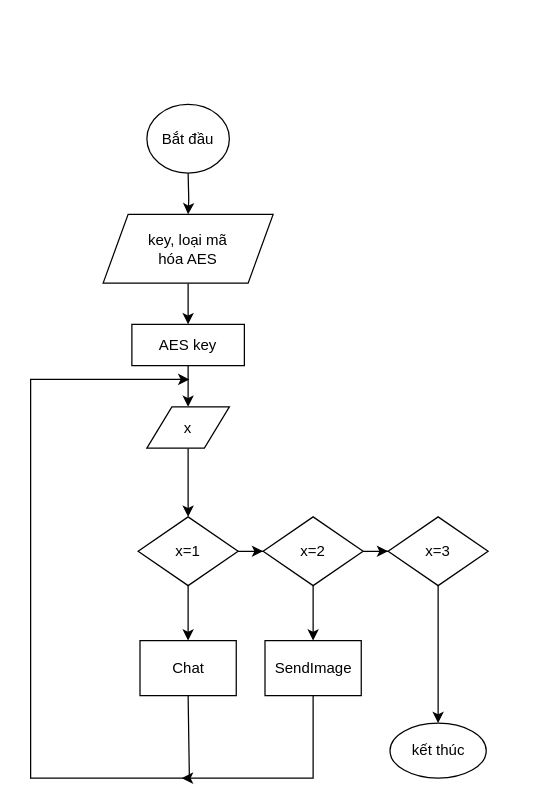
Earlier version of the draw.io diagram menu_server.drawio (duy1009/abc). Source tidied: cells renumbered, new cells numbered last; positions are measured from the earlier drawing's top-left corner, leaving out a move shared by most shapes. Both pictures are drawn from the tidied source at 125%, with x=0, y=0 at pixel (30, 104).
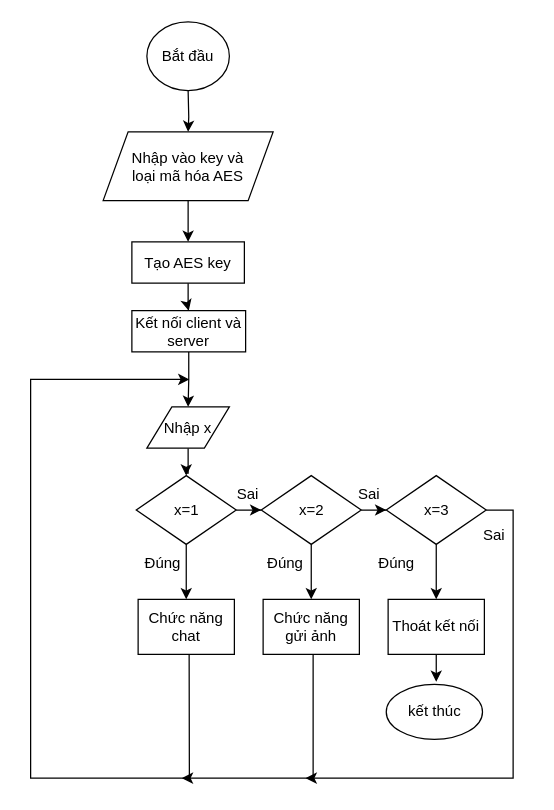
Above is the later version.

Change to the diagram source:
```diff
@@
     <mxCell id="2" style="edgeStyle=orthogonalEdgeStyle;rounded=0;jettySize=auto;html=1;" parent="1" edge="1" target="5">
       <mxGeometry relative="1" as="geometry">
-        <mxPoint x="126" y="55" as="sourcePoint" />
+        <mxPoint x="126" y="-11" as="sourcePoint" />
       </mxGeometry>
     </mxCell>
     <mxCell id="3" value="Bắt đầu" style="ellipse;whiteSpace=wrap;html=1;" parent="1" vertex="1">
-      <mxGeometry x="93" width="66" height="55" as="geometry" />
+      <mxGeometry x="93" y="-66" width="66" height="55" as="geometry" />
     </mxCell>
@@
-    <mxCell id="5" value="key, loại mã &lt;br&gt;hóa AES" style="shape=parallelogram;perimeter=parallelogramPerimeter;whiteSpace=wrap;html=1;fixedSize=1;" parent="1" vertex="1">
-      <mxGeometry x="58" y="88" width="136" height="55" as="geometry" />
+    <mxCell id="5" value="Nhập vào key và &lt;br&gt;loại mã hóa AES" style="shape=parallelogram;perimeter=parallelogramPerimeter;whiteSpace=wrap;html=1;fixedSize=1;" parent="1" vertex="1">
+      <mxGeometry x="58" y="22" width="136" height="55" as="geometry" />
     </mxCell>
-    <mxCell id="6" style="edgeStyle=orthogonalEdgeStyle;rounded=0;jettySize=auto;html=1;" parent="1" edge="1" source="7" target="12">
-      <mxGeometry relative="1" as="geometry" />
-    </mxCell>
+    <mxCell id="23" style="edgeStyle=orthogonalEdgeStyle;rounded=0;jettySize=auto;html=1;" parent="1" edge="1" source="7" target="33">
+      <mxGeometry relative="1" as="geometry" />
+    </mxCell>
-    <mxCell id="7" value="AES key" style="rounded=0;whiteSpace=wrap;html=1;" parent="1" vertex="1">
-      <mxGeometry x="81" y="176" width="90" height="33" as="geometry" />
+    <mxCell id="7" value="Tạo AES key" style="rounded=0;whiteSpace=wrap;html=1;" parent="1" vertex="1">
+      <mxGeometry x="81" y="110" width="90" height="33" as="geometry" />
     </mxCell>
@@
     <mxCell id="10" value="x=1" style="rhombus;whiteSpace=wrap;html=1;" parent="1" vertex="1">
-      <mxGeometry x="86" y="330" width="80" height="55" as="geometry" />
+      <mxGeometry x="84.5" y="297" width="80" height="55" as="geometry" />
     </mxCell>
@@
-    <mxCell id="12" value="x" style="shape=parallelogram;perimeter=parallelogramPerimeter;whiteSpace=wrap;html=1;fixedSize=1;" parent="1" vertex="1">
+    <mxCell id="12" value="Nhập x" style="shape=parallelogram;perimeter=parallelogramPerimeter;whiteSpace=wrap;html=1;fixedSize=1;" parent="1" vertex="1">
       <mxGeometry x="93" y="242" width="66" height="33" as="geometry" />
     </mxCell>
-    <mxCell id="13" value="Chat" style="rounded=0;whiteSpace=wrap;html=1;" parent="1" vertex="1">
-      <mxGeometry x="87.5" y="429" width="77" height="44" as="geometry" />
+    <mxCell id="13" value="Chức năng chat" style="rounded=0;whiteSpace=wrap;html=1;" parent="1" vertex="1">
+      <mxGeometry x="86" y="396" width="77" height="44" as="geometry" />
     </mxCell>
@@
     <mxCell id="16" value="x=2" style="rhombus;whiteSpace=wrap;html=1;" parent="1" vertex="1">
-      <mxGeometry x="186" y="330" width="80" height="55" as="geometry" />
+      <mxGeometry x="184.5" y="297" width="80" height="55" as="geometry" />
     </mxCell>
@@
-    <mxCell id="18" value="SendImage" style="rounded=0;whiteSpace=wrap;html=1;" parent="1" vertex="1">
-      <mxGeometry x="187.5" y="429" width="77" height="44" as="geometry" />
+    <mxCell id="18" value="Chức năng gửi ảnh" style="rounded=0;whiteSpace=wrap;html=1;" parent="1" vertex="1">
+      <mxGeometry x="186" y="396" width="77" height="44" as="geometry" />
     </mxCell>
-    <mxCell id="19" style="edgeStyle=orthogonalEdgeStyle;rounded=0;jettySize=auto;html=1;" parent="1" edge="1" source="20" target="22">
-      <mxGeometry relative="1" as="geometry" />
-    </mxCell>
+    <mxCell id="24" style="edgeStyle=orthogonalEdgeStyle;rounded=0;jettySize=auto;html=1;" parent="1" edge="1" source="20">
+      <mxGeometry relative="1" as="geometry">
+        <mxPoint x="220" y="539" as="targetPoint" />
+        <Array as="points">
+          <mxPoint x="386" y="358" />
+          <mxPoint x="386" y="539" />
+          <mxPoint x="365" y="539" />
+        </Array>
+      </mxGeometry>
+    </mxCell>
+    <mxCell id="25" style="edgeStyle=orthogonalEdgeStyle;rounded=0;jettySize=auto;html=1;" parent="1" edge="1" source="20" target="35">
+      <mxGeometry relative="1" as="geometry" />
+    </mxCell>
     <mxCell id="20" value="x=3" style="rhombus;whiteSpace=wrap;html=1;" parent="1" vertex="1">
-      <mxGeometry x="286" y="330" width="80" height="55" as="geometry" />
+      <mxGeometry x="284.5" y="297" width="80" height="55" as="geometry" />
     </mxCell>
-    <mxCell id="21" style="endArrow=classic;html=1;rounded=0;exitX=0.5;exitY=1;exitDx=0;exitDy=0;" parent="1" edge="1" source="13">
+    <mxCell id="21" style="endArrow=classic;html=1;rounded=0;exitX=0.53;exitY=0.997;exitDx=0;exitDy=0;exitPerimeter=0;" parent="1" edge="1" source="13">
       <mxGeometry relative="1" as="geometry">
         <mxPoint x="127" y="220" as="targetPoint" />
         <Array as="points">
           <mxPoint x="127" y="539" />
           <mxPoint y="539" />
           <mxPoint y="220" />
         </Array>
       </mxGeometry>
     </mxCell>
     <mxCell id="22" value="kết thúc" style="ellipse;whiteSpace=wrap;html=1;" parent="1" vertex="1">
-      <mxGeometry x="287.5" y="495" width="77" height="44" as="geometry" />
+      <mxGeometry x="284.5" y="464" width="77" height="44" as="geometry" />
     </mxCell>
+    <mxCell id="26" value="Đúng" style="text;html=1;strokeColor=none;fillColor=none;align=center;verticalAlign=middle;whiteSpace=wrap;rounded=0;" parent="1" vertex="1">
+      <mxGeometry x="75.5" y="352" width="60" height="30" as="geometry" />
+    </mxCell>
+    <mxCell id="27" value="Đúng" style="text;html=1;strokeColor=none;fillColor=none;align=center;verticalAlign=middle;whiteSpace=wrap;rounded=0;" parent="1" vertex="1">
+      <mxGeometry x="173.5" y="352" width="60" height="30" as="geometry" />
+    </mxCell>
+    <mxCell id="28" value="Đúng" style="text;html=1;strokeColor=none;fillColor=none;align=center;verticalAlign=middle;whiteSpace=wrap;rounded=0;" parent="1" vertex="1">
+      <mxGeometry x="263" y="352" width="60" height="30" as="geometry" />
+    </mxCell>
+    <mxCell id="29" value="Sai" style="text;html=1;strokeColor=none;fillColor=none;align=center;verticalAlign=middle;whiteSpace=wrap;rounded=0;" parent="1" vertex="1">
+      <mxGeometry x="143.5" y="297" width="60" height="30" as="geometry" />
+    </mxCell>
+    <mxCell id="30" value="Sai" style="text;html=1;strokeColor=none;fillColor=none;align=center;verticalAlign=middle;whiteSpace=wrap;rounded=0;" parent="1" vertex="1">
+      <mxGeometry x="240.5" y="297" width="60" height="30" as="geometry" />
+    </mxCell>
+    <mxCell id="31" value="Sai" style="text;html=1;strokeColor=none;fillColor=none;align=center;verticalAlign=middle;whiteSpace=wrap;rounded=0;" parent="1" vertex="1">
+      <mxGeometry x="341" y="330" width="60" height="30" as="geometry" />
+    </mxCell>
+    <mxCell id="32" style="edgeStyle=orthogonalEdgeStyle;rounded=0;jettySize=auto;html=1;" parent="1" edge="1" source="33" target="12">
+      <mxGeometry relative="1" as="geometry" />
+    </mxCell>
+    <mxCell id="33" value="Kết nối client và server" style="rounded=0;whiteSpace=wrap;html=1;" parent="1" vertex="1">
+      <mxGeometry x="81" y="165" width="91" height="33" as="geometry" />
+    </mxCell>
+    <mxCell id="34" style="edgeStyle=orthogonalEdgeStyle;rounded=0;jettySize=auto;html=1;" parent="1" edge="1" source="35">
+      <mxGeometry relative="1" as="geometry">
+        <mxPoint x="324.5" y="462" as="targetPoint" />
+      </mxGeometry>
+    </mxCell>
+    <mxCell id="35" value="Thoát kết nối" style="rounded=0;whiteSpace=wrap;html=1;" parent="1" vertex="1">
+      <mxGeometry x="286" y="396" width="77" height="44" as="geometry" />
+    </mxCell>
```
